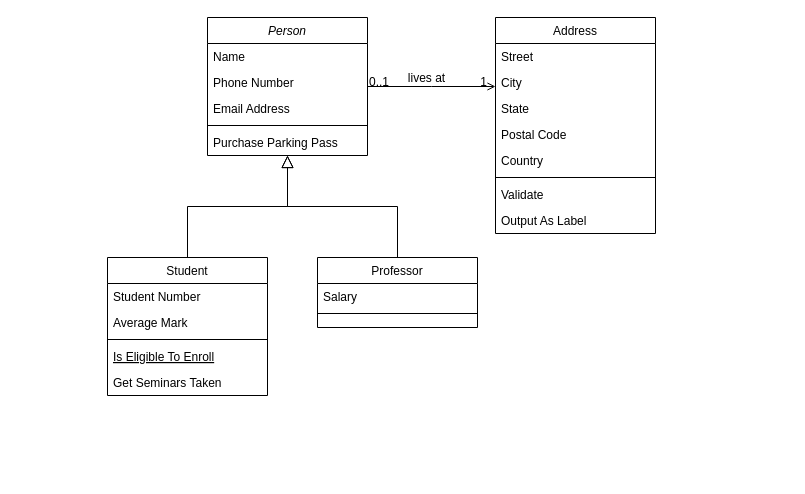
Earlier version of the draw.io diagram Untitled Diagram.drawio (palacio-linares-pedroza-secc-6/Taller-4). Source tidied: cells renumbered, new cells numbered last; positions are measured from the earlier drawing's top-left corner, leaving out a move shared by most shapes. Both pictures are drawn from the tidied source at 100%, with x=0, y=0 at pixel (107, 17).
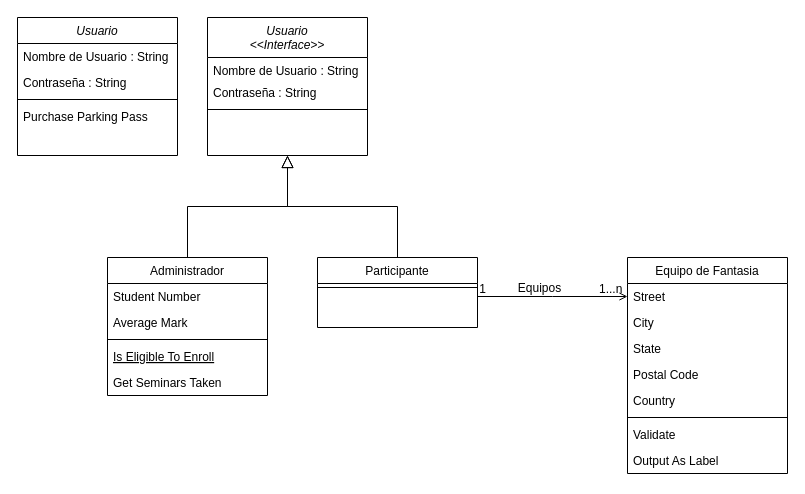
The same page after the edit.

The edit, as a diff of the source:
```diff
@@
-    <mxCell id="2" value="Person" style="swimlane;fontStyle=2;align=center;verticalAlign=top;horizontal=1;startSize=26;rounded=0;shadow=0;strokeWidth=1;" parent="1" vertex="1">
+    <mxCell id="2" value="Usuario&#10;&lt;&lt;Interface&gt;&gt;" style="swimlane;fontStyle=2;align=center;verticalAlign=top;horizontal=1;startSize=40;rounded=0;shadow=0;strokeWidth=1;" parent="1" vertex="1">
       <mxGeometry x="100" width="160" height="138" as="geometry" />
     </mxCell>
-    <mxCell id="3" value="Name" style="text;align=left;verticalAlign=top;spacingLeft=4;spacingRight=4;overflow=hidden;" parent="2" vertex="1">
-      <mxGeometry y="26" width="160" height="26" as="geometry" />
+    <mxCell id="3" value="Nombre de Usuario : String" style="text;align=left;verticalAlign=top;spacingLeft=4;spacingRight=4;overflow=hidden;" parent="2" vertex="1">
+      <mxGeometry y="40" width="160" height="22" as="geometry" />
     </mxCell>
-    <mxCell id="4" value="Phone Number" style="text;align=left;verticalAlign=top;spacingLeft=4;spacingRight=4;overflow=hidden;rounded=0;shadow=0;html=0;" parent="2" vertex="1">
-      <mxGeometry y="52" width="160" height="26" as="geometry" />
+    <mxCell id="4" value="Contraseña : String" style="text;align=left;verticalAlign=top;spacingLeft=4;spacingRight=4;overflow=hidden;rounded=0;shadow=0;html=0;" parent="2" vertex="1">
+      <mxGeometry y="62" width="160" height="26" as="geometry" />
     </mxCell>
-    <mxCell id="5" value="Email Address" style="text;align=left;verticalAlign=top;spacingLeft=4;spacingRight=4;overflow=hidden;rounded=0;shadow=0;html=0;" parent="2" vertex="1">
-      <mxGeometry y="78" width="160" height="26" as="geometry" />
-    </mxCell>
     <mxCell id="6" style="line;html=1;strokeWidth=1;align=left;verticalAlign=middle;spacingTop=-1;spacingLeft=3;spacingRight=3;labelPosition=right;" parent="2" vertex="1">
-      <mxGeometry y="104" width="160" height="8" as="geometry" />
+      <mxGeometry y="88" width="160" height="8" as="geometry" />
     </mxCell>
-    <mxCell id="7" value="Purchase Parking Pass" style="text;align=left;verticalAlign=top;spacingLeft=4;spacingRight=4;overflow=hidden;" parent="2" vertex="1">
-      <mxGeometry y="112" width="160" height="26" as="geometry" />
-    </mxCell>
-    <mxCell id="8" value="Student" style="swimlane;fontStyle=0;align=center;verticalAlign=top;horizontal=1;startSize=26;rounded=0;shadow=0;strokeWidth=1;" parent="1" vertex="1">
+    <mxCell id="8" value="Administrador" style="swimlane;fontStyle=0;align=center;verticalAlign=top;horizontal=1;startSize=26;rounded=0;shadow=0;strokeWidth=1;" parent="1" vertex="1">
       <mxGeometry y="240" width="160" height="138" as="geometry" />
     </mxCell>
@@
-    <mxCell id="15" value="Professor" style="swimlane;fontStyle=0;align=center;verticalAlign=top;horizontal=1;startSize=26;rounded=0;shadow=0;strokeWidth=1;" parent="1" vertex="1">
+    <mxCell id="15" value="Participante" style="swimlane;fontStyle=0;align=center;verticalAlign=top;horizontal=1;startSize=26;rounded=0;shadow=0;strokeWidth=1;" parent="1" vertex="1">
       <mxGeometry x="210" y="240" width="160" height="70" as="geometry" />
     </mxCell>
-    <mxCell id="16" value="Salary" style="text;align=left;verticalAlign=top;spacingLeft=4;spacingRight=4;overflow=hidden;" parent="15" vertex="1">
-      <mxGeometry y="26" width="160" height="26" as="geometry" />
-    </mxCell>
     <mxCell id="17" style="line;html=1;strokeWidth=1;align=left;verticalAlign=middle;spacingTop=-1;spacingLeft=3;spacingRight=3;labelPosition=right;" parent="15" vertex="1">
-      <mxGeometry y="52" width="160" height="8" as="geometry" />
+      <mxGeometry y="26" width="160" height="8" as="geometry" />
     </mxCell>
@@
-    <mxCell id="19" value="Address" style="swimlane;fontStyle=0;align=center;verticalAlign=top;horizontal=1;startSize=26;rounded=0;shadow=0;strokeWidth=1;" parent="1" vertex="1">
-      <mxGeometry x="388" width="160" height="216" as="geometry" />
+    <mxCell id="19" value="Equipo de Fantasia" style="swimlane;fontStyle=0;align=center;verticalAlign=top;horizontal=1;startSize=26;rounded=0;shadow=0;strokeWidth=1;" parent="1" vertex="1">
+      <mxGeometry x="520" y="240" width="160" height="216" as="geometry" />
     </mxCell>
@@
-    <mxCell id="28" style="endArrow=open;shadow=0;strokeWidth=1;rounded=0;endFill=1;edgeStyle=elbowEdgeStyle;elbow=vertical;" parent="1" edge="1" source="2" target="19">
+    <mxCell id="28" style="endArrow=open;shadow=0;strokeWidth=1;rounded=0;endFill=1;edgeStyle=elbowEdgeStyle;elbow=vertical;exitX=1;exitY=0.5;exitDx=0;exitDy=0;" parent="1" edge="1" target="19">
       <mxGeometry x="0.5" y="41" relative="1" as="geometry">
+        <mxPoint x="370" y="279" as="sourcePoint" />
         <mxPoint x="-40" y="32" as="offset" />
       </mxGeometry>
     </mxCell>
-    <mxCell id="29" value="0..1" style="align=left;verticalAlign=bottom;labelBackgroundColor=none;fontSize=12;" parent="28" vertex="1">
+    <mxCell id="29" value="1...n" style="align=left;verticalAlign=bottom;labelBackgroundColor=none;fontSize=12;" parent="28" vertex="1">
       <mxGeometry x="-1" relative="1" as="geometry">
-        <mxPoint y="4" as="offset" />
+        <mxPoint x="120" y="1" as="offset" />
       </mxGeometry>
     </mxCell>
     <mxCell id="30" value="1" style="align=right;verticalAlign=bottom;labelBackgroundColor=none;fontSize=12;" parent="28" vertex="1">
       <mxGeometry x="1" relative="1" as="geometry">
-        <mxPoint x="-7" y="4" as="offset" />
+        <mxPoint x="-140" y="1" as="offset" />
       </mxGeometry>
     </mxCell>
-    <mxCell id="31" value="lives at" style="text;html=1;align=center;verticalAlign=middle;labelBackgroundColor=none;rounded=0;shadow=0;strokeWidth=1;fontSize=12;" parent="28" vertex="1">
+    <mxCell id="31" value="Equipos" style="text;html=1;align=center;verticalAlign=middle;labelBackgroundColor=none;rounded=0;shadow=0;strokeWidth=1;fontSize=12;" parent="28" vertex="1">
       <mxGeometry x="0.5" y="49" relative="1" as="geometry">
-        <mxPoint x="-38" y="40" as="offset" />
+        <mxPoint x="-52" y="40" as="offset" />
       </mxGeometry>
     </mxCell>
+    <mxCell id="32" value="Usuario" style="swimlane;fontStyle=2;align=center;verticalAlign=top;horizontal=1;startSize=26;rounded=0;shadow=0;strokeWidth=1;" parent="1" vertex="1">
+      <mxGeometry x="-90" width="160" height="138" as="geometry" />
+    </mxCell>
+    <mxCell id="33" value="Nombre de Usuario : String" style="text;align=left;verticalAlign=top;spacingLeft=4;spacingRight=4;overflow=hidden;" parent="32" vertex="1">
+      <mxGeometry y="26" width="160" height="26" as="geometry" />
+    </mxCell>
+    <mxCell id="34" value="Contraseña : String" style="text;align=left;verticalAlign=top;spacingLeft=4;spacingRight=4;overflow=hidden;rounded=0;shadow=0;html=0;" parent="32" vertex="1">
+      <mxGeometry y="52" width="160" height="26" as="geometry" />
+    </mxCell>
+    <mxCell id="35" style="line;html=1;strokeWidth=1;align=left;verticalAlign=middle;spacingTop=-1;spacingLeft=3;spacingRight=3;labelPosition=right;" parent="32" vertex="1">
+      <mxGeometry y="78" width="160" height="8" as="geometry" />
+    </mxCell>
+    <mxCell id="7" value="Purchase Parking Pass" style="text;align=left;verticalAlign=top;spacingLeft=4;spacingRight=4;overflow=hidden;" parent="32" vertex="1">
+      <mxGeometry y="86" width="160" height="26" as="geometry" />
+    </mxCell>
```
